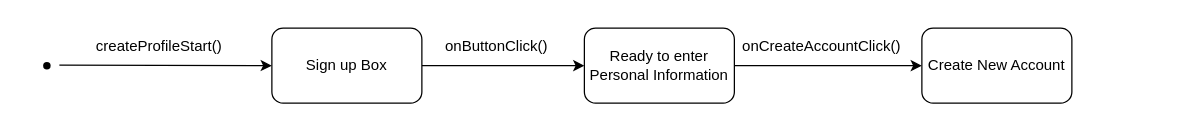
This is CreateProfile StateChart.drawio from Esaied19/Team-Albatross, a draw.io file, before an edit. Source tidied: cells renumbered, new cells numbered last; positions are measured from the earlier drawing's top-left corner, leaving out a move shared by most shapes. Both pictures are drawn from the tidied source at 125%, with x=0, y=0 at pixel (21, 21).
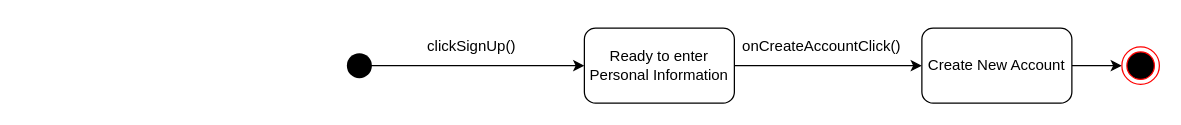
The same page after the edit.

What changed in the source:
```diff
@@
 <mxGraphModel>
   <root>
     <mxCell id="0" />
     <mxCell id="1" parent="0" />
-    <mxCell id="2" style="edgeStyle=orthogonalEdgeStyle;rounded=0;jettySize=auto;html=1;" parent="1" edge="1" source="3">
+    <mxCell id="2" style="edgeStyle=orthogonalEdgeStyle;rounded=0;jettySize=auto;html=1;" parent="1" edge="1" source="5">
       <mxGeometry relative="1" as="geometry">
         <mxPoint x="450" y="35" as="targetPoint" />
       </mxGeometry>
     </mxCell>
-    <mxCell id="3" value="Sign up Box" style="rounded=1;whiteSpace=wrap;html=1;" parent="1" vertex="1">
-      <mxGeometry x="200" y="5" width="120" height="60" as="geometry" />
-    </mxCell>
-    <mxCell id="4" style="endArrow=classic;html=1;rounded=0;entryX=0;entryY=0.5;entryDx=0;entryDy=0;" parent="1" edge="1" target="3">
-      <mxGeometry relative="1" as="geometry">
-        <mxPoint x="30" y="34.5" as="sourcePoint" />
-      </mxGeometry>
-    </mxCell>
-    <mxCell id="5" style="shape=waypoint;sketch=0;fillStyle=solid;size=6;points=[];fillColor=none;perimeter=centerPerimeter;snapToPoint=1;" parent="1" vertex="1">
-      <mxGeometry y="15" width="40" height="40" as="geometry" />
+    <mxCell id="5" style="shape=waypoint;sketch=0;fillStyle=solid;size=6;points=[];fillColor=none;perimeter=centerPerimeter;snapToPoint=1;strokeWidth=8;" parent="1" vertex="1">
+      <mxGeometry x="250" y="15" width="40" height="40" as="geometry" />
     </mxCell>
-    <mxCell id="6" value="createProfileStart()" style="text;html=1;strokeColor=none;fillColor=none;align=center;verticalAlign=middle;whiteSpace=wrap;rounded=0;" parent="1" vertex="1">
-      <mxGeometry x="40" y="5" width="140" height="30" as="geometry" />
-    </mxCell>
     <mxCell id="7" style="edgeStyle=orthogonalEdgeStyle;rounded=0;jettySize=auto;html=1;" parent="1" edge="1" source="8">
       <mxGeometry relative="1" as="geometry">
         <mxPoint x="720" y="35" as="targetPoint" />
       </mxGeometry>
     </mxCell>
     <mxCell id="8" value="Ready to enter Personal Information" style="rounded=1;whiteSpace=wrap;html=1;" parent="1" vertex="1">
       <mxGeometry x="450" y="5" width="120" height="60" as="geometry" />
     </mxCell>
-    <mxCell id="9" value="onButtonClick()" style="text;html=1;strokeColor=none;fillColor=none;align=center;verticalAlign=middle;whiteSpace=wrap;rounded=0;" parent="1" vertex="1">
-      <mxGeometry x="310" y="5" width="140" height="30" as="geometry" />
+    <mxCell id="9" value="clickSignUp()" style="text;html=1;strokeColor=none;fillColor=none;align=center;verticalAlign=middle;whiteSpace=wrap;rounded=0;" parent="1" vertex="1">
+      <mxGeometry x="290" y="5" width="140" height="30" as="geometry" />
     </mxCell>
     <mxCell id="10" value="onCreateAccountClick()" style="text;html=1;strokeColor=none;fillColor=none;align=center;verticalAlign=middle;whiteSpace=wrap;rounded=0;" parent="1" vertex="1">
       <mxGeometry x="560" width="160" height="40" as="geometry" />
     </mxCell>
+    <mxCell id="12" style="edgeStyle=orthogonalEdgeStyle;rounded=0;jettySize=auto;html=1;exitX=1;exitY=0.5;exitDx=0;exitDy=0;entryX=0;entryY=0.5;entryDx=0;entryDy=0;" parent="1" edge="1" source="11" target="13">
+      <mxGeometry relative="1" as="geometry" />
+    </mxCell>
     <mxCell id="11" value="Create New Account" style="rounded=1;whiteSpace=wrap;html=1;" parent="1" vertex="1">
       <mxGeometry x="720" y="5" width="120" height="60" as="geometry" />
     </mxCell>
+    <mxCell id="13" style="ellipse;html=1;shape=endState;fillColor=#000000;strokeColor=#ff0000;" parent="1" vertex="1">
+      <mxGeometry x="880" y="20" width="30" height="30" as="geometry" />
+    </mxCell>
   </root>
 </mxGraphModel>
```
